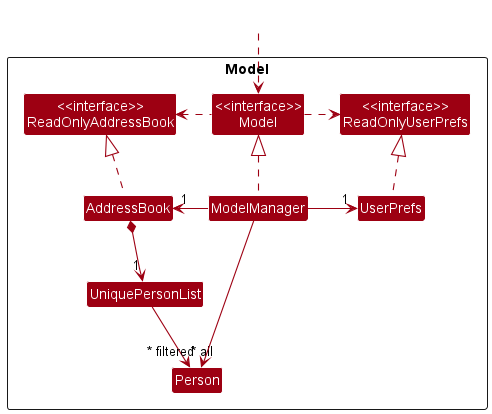
nus-cs2103-AY2223S2/tp keeps this PlantUML diagram as docs/images/ModelClassDiagram.png. Above is the earlier version.
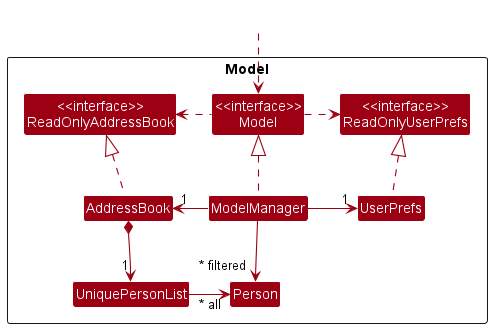
Later version of the same file.

Commit message:
Update StorageClassDiagram and ModelClassDiagram

The edit, as a diff of the source:
```diff
@@ -30,7 +30,7 @@
 UserPrefs .up.|> ReadOnlyUserPrefs
 
 AddressBook *--> "1" UniquePersonList
-UniquePersonList --> "~* all" Person
+UniquePersonList -right-> "~* all" Person
 
 
 
```
